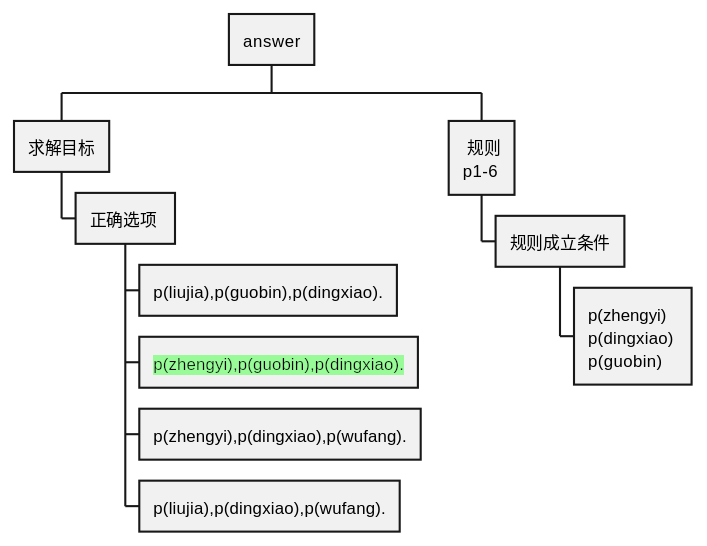
Above: platform-design/uml/platform-design/cases/case-analysis/decomposition/decomposition-cases-diagram/whoJoin goal and rules.svg in reaLJR/Logical-thinking-and-programming (PlantUML), before the change.
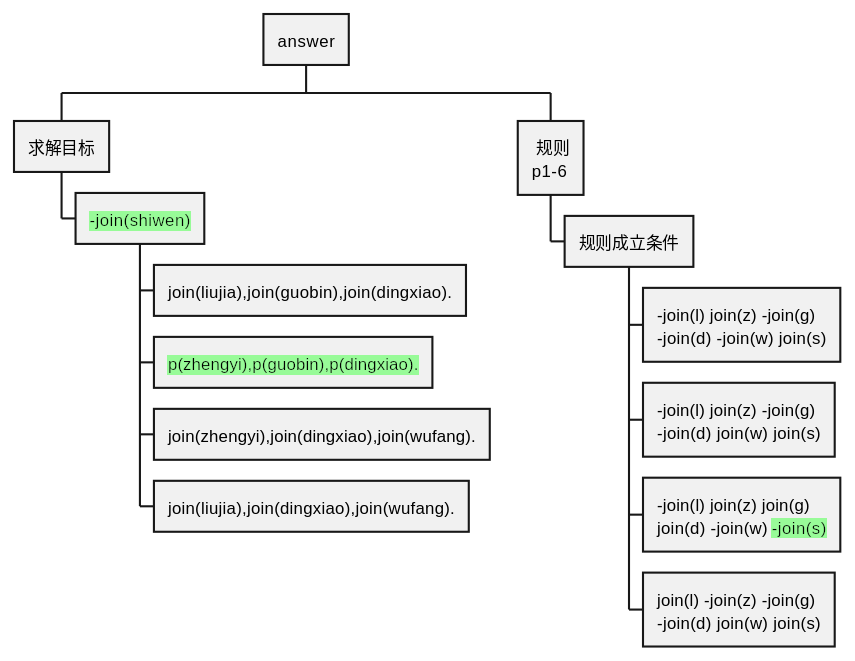
Later version of the same file.

Diff of the diagram source:
```diff
@@ -2,15 +2,20 @@
 
 + answer
 ++ 求解目标
-+++ 正确选项
-++++ p(liujia),p(guobin),p(dingxiao).
++++ <back:PaleGreen>-join(shiwen)
+++++ join(liujia),join(guobin),join(dingxiao).
 ++++ <back:PaleGreen>p(zhengyi),p(guobin),p(dingxiao).
-++++ p(zhengyi),p(dingxiao),p(wufang).
-++++ p(liujia),p(dingxiao),p(wufang).
+++++ join(zhengyi),join(dingxiao),join(wufang).
+++++ join(liujia),join(dingxiao),join(wufang).
 ++: 规则
 p1-6;
 +++ 规则成立条件
-++++:p(zhengyi)
-p(dingxiao)
-p(guobin);
+++++:-join(l) join(z) -join(g)
+-join(d) -join(w) join(s);
+++++:-join(l) join(z) -join(g)
+-join(d) join(w) join(s);
+++++:-join(l) join(z) join(g)
+join(d) -join(w) <back:PaleGreen>-join(s);
+++++:join(l) -join(z) -join(g)
+-join(d) join(w) join(s);
 @endwbs
```
